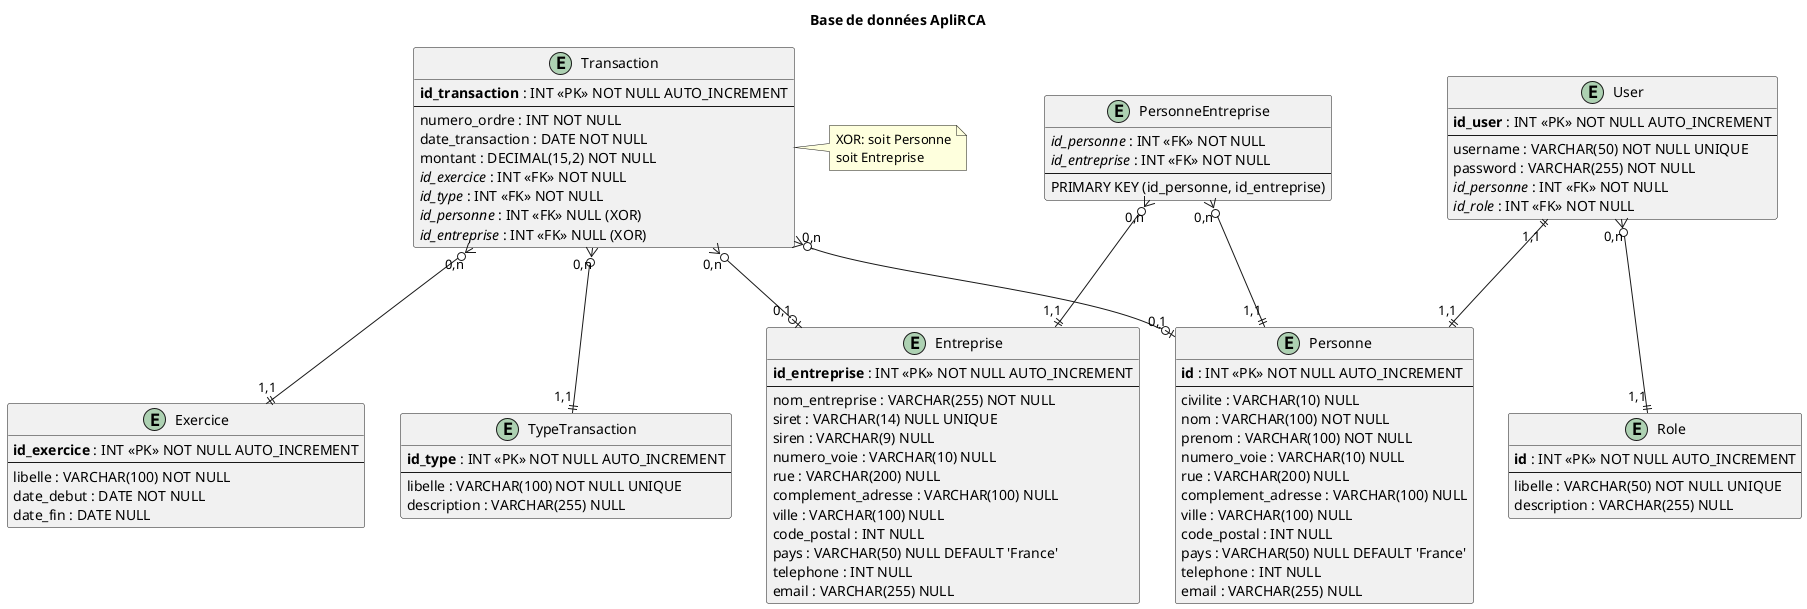
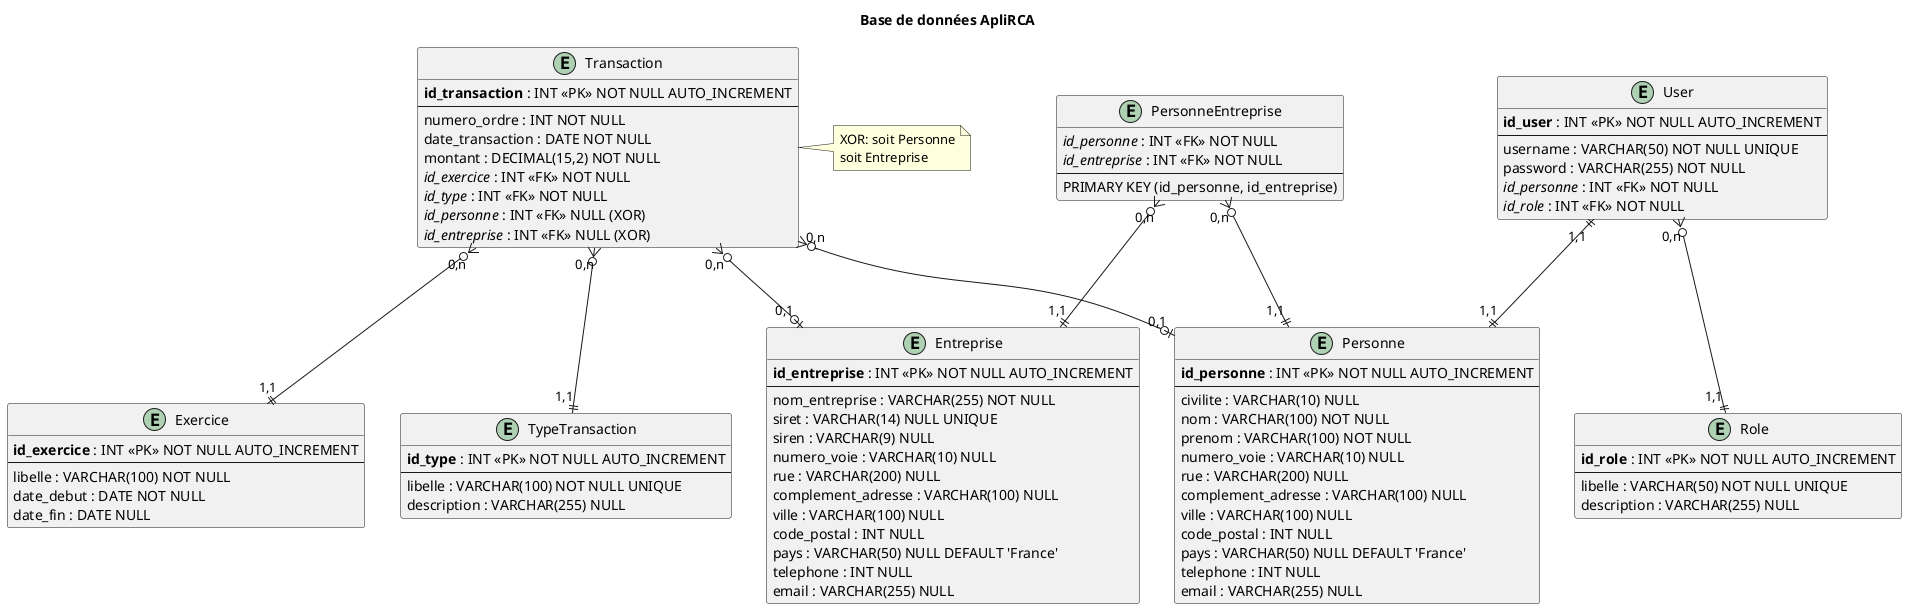
@startuml ApliRCA_Database_Diagram

title Base de données ApliRCA

' Tables de référence
entity "Role" as Role {
-   **id** : INT <<PK>> NOT NULL AUTO_INCREMENT
+   **id_role** : INT <<PK>> NOT NULL AUTO_INCREMENT
  --
  libelle : VARCHAR(50) NOT NULL UNIQUE
  description : VARCHAR(255) NULL
}

entity "TypeTransaction" as TypeTransaction {
  **id_type** : INT <<PK>> NOT NULL AUTO_INCREMENT
  --
  libelle : VARCHAR(100) NOT NULL UNIQUE
  description : VARCHAR(255) NULL
}

entity "Exercice" as Exercice {
  **id_exercice** : INT <<PK>> NOT NULL AUTO_INCREMENT
  --
  libelle : VARCHAR(100) NOT NULL
  date_debut : DATE NOT NULL
  date_fin : DATE NULL
}

' Tables principales
entity "Personne" as Personne {
-   **id** : INT <<PK>> NOT NULL AUTO_INCREMENT
+   **id_personne** : INT <<PK>> NOT NULL AUTO_INCREMENT
  --
  civilite : VARCHAR(10) NULL
  nom : VARCHAR(100) NOT NULL
  prenom : VARCHAR(100) NOT NULL
  numero_voie : VARCHAR(10) NULL
  rue : VARCHAR(200) NULL
  complement_adresse : VARCHAR(100) NULL
  ville : VARCHAR(100) NULL
  code_postal : INT NULL
  pays : VARCHAR(50) NULL DEFAULT 'France'
  telephone : INT NULL
  email : VARCHAR(255) NULL
}

entity "Entreprise" as Entreprise {
  **id_entreprise** : INT <<PK>> NOT NULL AUTO_INCREMENT
  --
  nom_entreprise : VARCHAR(255) NOT NULL
  siret : VARCHAR(14) NULL UNIQUE
  siren : VARCHAR(9) NULL
  numero_voie : VARCHAR(10) NULL
  rue : VARCHAR(200) NULL
  complement_adresse : VARCHAR(100) NULL
  ville : VARCHAR(100) NULL
  code_postal : INT NULL
  pays : VARCHAR(50) NULL DEFAULT 'France'
  telephone : INT NULL
  email : VARCHAR(255) NULL
}

entity "User" as User {
  **id_user** : INT <<PK>> NOT NULL AUTO_INCREMENT
  --
  username : VARCHAR(50) NOT NULL UNIQUE
  password : VARCHAR(255) NOT NULL
  //id_personne// : INT <<FK>> NOT NULL
  //id_role// : INT <<FK>> NOT NULL
}

entity "PersonneEntreprise" as PersonneEntreprise {
  //id_personne// : INT <<FK>> NOT NULL
  //id_entreprise// : INT <<FK>> NOT NULL
  --
  PRIMARY KEY (id_personne, id_entreprise)
}

entity "Transaction" as Transaction {
  **id_transaction** : INT <<PK>> NOT NULL AUTO_INCREMENT
  --
  numero_ordre : INT NOT NULL
  date_transaction : DATE NOT NULL
  montant : DECIMAL(15,2) NOT NULL
  //id_exercice// : INT <<FK>> NOT NULL
  //id_type// : INT <<FK>> NOT NULL
  //id_personne// : INT <<FK>> NULL (XOR)
  //id_entreprise// : INT <<FK>> NULL (XOR)
}

' Relations
User ||--|| Personne : "1,1" "1,1"
User }o--|| Role : "0,n" "1,1"

PersonneEntreprise }o--|| Personne : "0,n" "1,1"
PersonneEntreprise }o--|| Entreprise : "0,n" "1,1"

Transaction }o--|| Exercice : "0,n" "1,1"
Transaction }o--|| TypeTransaction : "0,n" "1,1"
Transaction }o--o| Personne : "0,n" "0,1"
Transaction }o--o| Entreprise : "0,n" "0,1"

note right of Transaction : XOR: soit Personne\nsoit Entreprise

@enduml